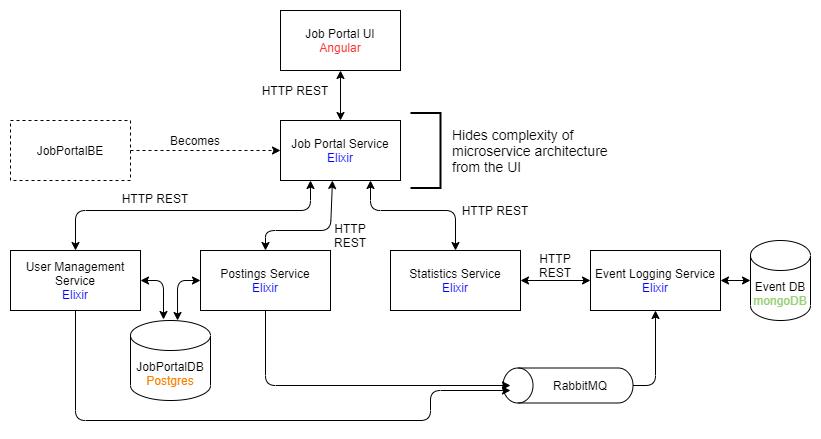
Earlier version of the draw.io export docs/architecture.png (andraspatka/jobportal-ms). Source tidied: cells renumbered, new cells last; positions are measured from the earlier drawing's top-left corner, leaving out a move shared by most shapes.
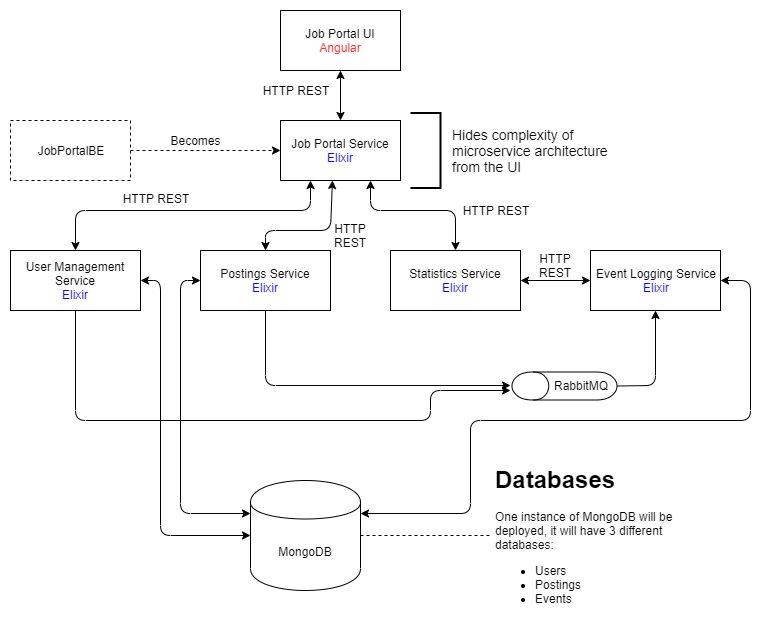
Above is the later version.

Commit message:
Updated architecture diagram

Diff of the diagram source:
```diff
@@ -29,9 +29,6 @@
     <mxCell id="10" value="Becomes" style="text;html=1;strokeColor=none;fillColor=none;align=center;verticalAlign=middle;whiteSpace=wrap;rounded=0;dashed=1;" parent="1" vertex="1">
       <mxGeometry x="160" y="120" width="50" height="20" as="geometry" />
     </mxCell>
-    <mxCell id="11" style="shape=cylinder3;whiteSpace=wrap;html=1;boundedLbl=1;backgroundOutline=1;size=15;rotation=-90;" parent="1" vertex="1">
-      <mxGeometry x="540" y="310" width="35" height="130" as="geometry" />
-    </mxCell>
     <mxCell id="12" style="endArrow=classic;html=1;exitX=0.5;exitY=1;exitDx=0;exitDy=0;" parent="1" edge="1" source="6">
       <mxGeometry relative="1" as="geometry">
         <mxPoint x="500" y="375" as="targetPoint" />
@@ -50,16 +47,13 @@
         </Array>
       </mxGeometry>
     </mxCell>
-    <mxCell id="14" style="endArrow=classic;html=1;exitX=0.5;exitY=1;exitDx=0;exitDy=0;exitPerimeter=0;entryX=0.5;entryY=1;entryDx=0;entryDy=0;" parent="1" edge="1" source="11" target="5">
+    <mxCell id="14" style="endArrow=classic;html=1;exitX=0.5;exitY=1;exitDx=0;exitDy=0;entryX=0.5;entryY=1;entryDx=0;entryDy=0;" parent="1" edge="1" source="33" target="5">
       <mxGeometry relative="1" as="geometry">
         <Array as="points">
           <mxPoint x="645" y="375" />
         </Array>
       </mxGeometry>
     </mxCell>
-    <mxCell id="15" value="RabbitMQ" style="text;html=1;strokeColor=none;fillColor=none;align=center;verticalAlign=middle;whiteSpace=wrap;rounded=0;" parent="1" vertex="1">
-      <mxGeometry x="540" y="365" width="60" height="20" as="geometry" />
-    </mxCell>
     <mxCell id="16" style="endArrow=classic;startArrow=classic;html=1;exitX=0.5;exitY=0;exitDx=0;exitDy=0;entryX=0.433;entryY=1;entryDx=0;entryDy=0;entryPerimeter=0;" parent="1" edge="1" source="6" target="3">
       <mxGeometry relative="1" as="geometry">
         <Array as="points">
@@ -84,15 +78,6 @@
         </Array>
       </mxGeometry>
     </mxCell>
-    <mxCell id="19" value="JobPortalDB&lt;br&gt;&lt;font color=&quot;#ff8000&quot;&gt;Postgres&lt;/font&gt;" style="shape=cylinder3;whiteSpace=wrap;html=1;boundedLbl=1;backgroundOutline=1;size=15;" parent="1" vertex="1">
-      <mxGeometry x="120" y="310" width="80" height="80" as="geometry" />
-    </mxCell>
-    <mxCell id="20" value="Event DB&lt;br&gt;&lt;font color=&quot;#97d077&quot;&gt;mongoDB&lt;/font&gt;" style="shape=cylinder3;whiteSpace=wrap;html=1;boundedLbl=1;backgroundOutline=1;size=15;" parent="1" vertex="1">
-      <mxGeometry x="740" y="230" width="60" height="80" as="geometry" />
-    </mxCell>
-    <mxCell id="21" style="endArrow=classic;startArrow=classic;html=1;exitX=1;exitY=0.5;exitDx=0;exitDy=0;entryX=0;entryY=0.5;entryDx=0;entryDy=0;entryPerimeter=0;" parent="1" edge="1" source="5" target="20">
-      <mxGeometry relative="1" as="geometry" />
-    </mxCell>
     <mxCell id="22" style="endArrow=classic;startArrow=classic;html=1;exitX=1;exitY=0.5;exitDx=0;exitDy=0;entryX=0;entryY=0.5;entryDx=0;entryDy=0;" parent="1" edge="1" source="7" target="5">
       <mxGeometry relative="1" as="geometry" />
     </mxCell>
@@ -120,20 +105,46 @@
     <mxCell id="30" value="HTTP REST" style="text;html=1;strokeColor=none;fillColor=none;align=center;verticalAlign=middle;whiteSpace=wrap;rounded=0;" parent="1" vertex="1">
       <mxGeometry x="320" y="210" width="40" height="30" as="geometry" />
     </mxCell>
-    <mxCell id="31" style="endArrow=classic;startArrow=classic;html=1;exitX=1;exitY=0.5;exitDx=0;exitDy=0;" parent="1" edge="1" source="4">
-      <mxGeometry relative="1" as="geometry">
-        <mxPoint x="153" y="309" as="targetPoint" />
-        <Array as="points">
-          <mxPoint x="153" y="270" />
-        </Array>
-      </mxGeometry>
-    </mxCell>
-    <mxCell id="32" style="endArrow=classic;startArrow=classic;html=1;exitX=0.588;exitY=0;exitDx=0;exitDy=0;exitPerimeter=0;entryX=0;entryY=0.5;entryDx=0;entryDy=0;" parent="1" edge="1" source="19" target="6">
-      <mxGeometry relative="1" as="geometry">
-        <Array as="points">
-          <mxPoint x="167" y="270" />
-        </Array>
-      </mxGeometry>
-    </mxCell>
+    <mxCell id="33" style="shape=cylinder;whiteSpace=wrap;html=1;boundedLbl=1;backgroundOutline=1;rotation=-90;" parent="1" vertex="1">
+      <mxGeometry x="540" y="323" width="28" height="105" as="geometry" />
+    </mxCell>
+    <mxCell id="15" value="RabbitMQ" style="text;html=1;strokeColor=none;fillColor=none;align=center;verticalAlign=middle;whiteSpace=wrap;rounded=0;" parent="1" vertex="1">
+      <mxGeometry x="540" y="365" width="60" height="20" as="geometry" />
+    </mxCell>
+    <mxCell id="34" value="MongoDB" style="shape=cylinder;whiteSpace=wrap;html=1;boundedLbl=1;backgroundOutline=1;" parent="1" vertex="1">
+      <mxGeometry x="240" y="470" width="110" height="110" as="geometry" />
+    </mxCell>
+    <mxCell id="35" value="&lt;h1&gt;Databases&lt;/h1&gt;&lt;p&gt;One instance of MongoDB will be deployed, it will have 3 different databases:&lt;/p&gt;&lt;p&gt;&lt;ul&gt;&lt;li&gt;Users&lt;/li&gt;&lt;li&gt;Postings&lt;/li&gt;&lt;li&gt;Events&lt;/li&gt;&lt;/ul&gt;&lt;/p&gt;" style="text;html=1;strokeColor=none;fillColor=none;spacing=5;spacingTop=-20;whiteSpace=wrap;overflow=hidden;rounded=0;" parent="1" vertex="1">
+      <mxGeometry x="480" y="450" width="190" height="150" as="geometry" />
+    </mxCell>
+    <mxCell id="36" style="endArrow=none;dashed=1;html=1;exitX=1;exitY=0.5;exitDx=0;exitDy=0;entryX=0;entryY=0.5;entryDx=0;entryDy=0;" parent="1" edge="1" source="34" target="35">
+      <mxGeometry relative="1" as="geometry" />
+    </mxCell>
+    <mxCell id="37" style="endArrow=classic;startArrow=classic;html=1;exitX=1;exitY=0.5;exitDx=0;exitDy=0;entryX=0;entryY=0.5;entryDx=0;entryDy=0;" parent="1" edge="1" source="4" target="34">
+      <mxGeometry relative="1" as="geometry">
+        <Array as="points">
+          <mxPoint x="150" y="270" />
+          <mxPoint x="150" y="525" />
+        </Array>
+      </mxGeometry>
+    </mxCell>
+    <mxCell id="38" style="endArrow=classic;startArrow=classic;html=1;exitX=0;exitY=0.5;exitDx=0;exitDy=0;entryX=0;entryY=0.3;entryDx=0;entryDy=0;" parent="1" edge="1" source="6" target="34">
+      <mxGeometry relative="1" as="geometry">
+        <Array as="points">
+          <mxPoint x="170" y="270" />
+          <mxPoint x="170" y="503" />
+        </Array>
+      </mxGeometry>
+    </mxCell>
+    <mxCell id="39" style="endArrow=classic;startArrow=classic;html=1;exitX=1;exitY=0.5;exitDx=0;exitDy=0;entryX=1;entryY=0.3;entryDx=0;entryDy=0;" parent="1" edge="1" source="5" target="34">
+      <mxGeometry relative="1" as="geometry">
+        <Array as="points">
+          <mxPoint x="740" y="270" />
+          <mxPoint x="740" y="410" />
+          <mxPoint x="460" y="410" />
+          <mxPoint x="460" y="503" />
+        </Array>
+      </mxGeometry>
+    </mxCell>
   </root>
 </mxGraphModel>
```
